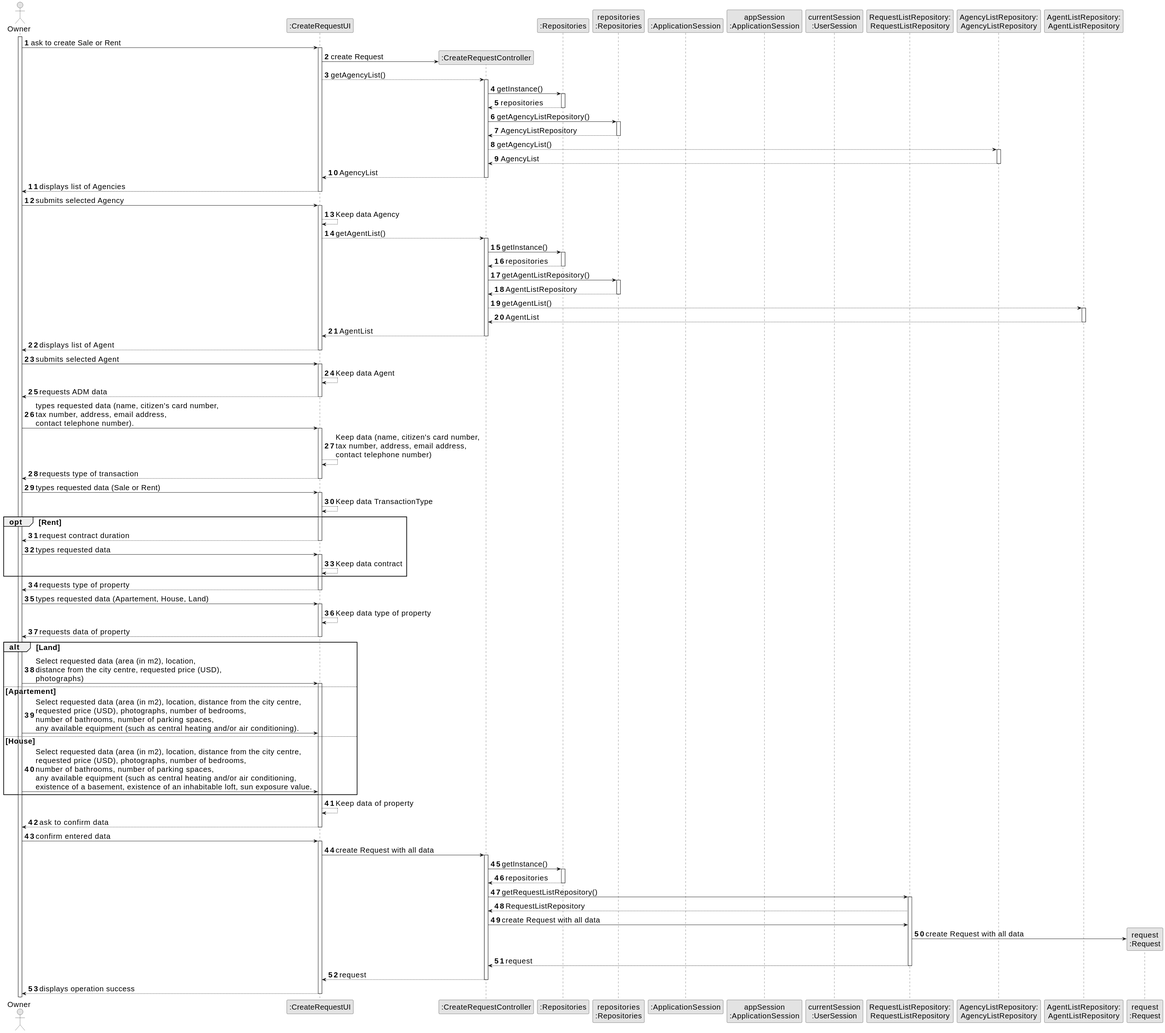
Above: docs/sprintB/us004/03.design/svg/us004-sequence-diagram-full.svg in Goncalves2525/real-estate-management-system (PlantUML), before the change.
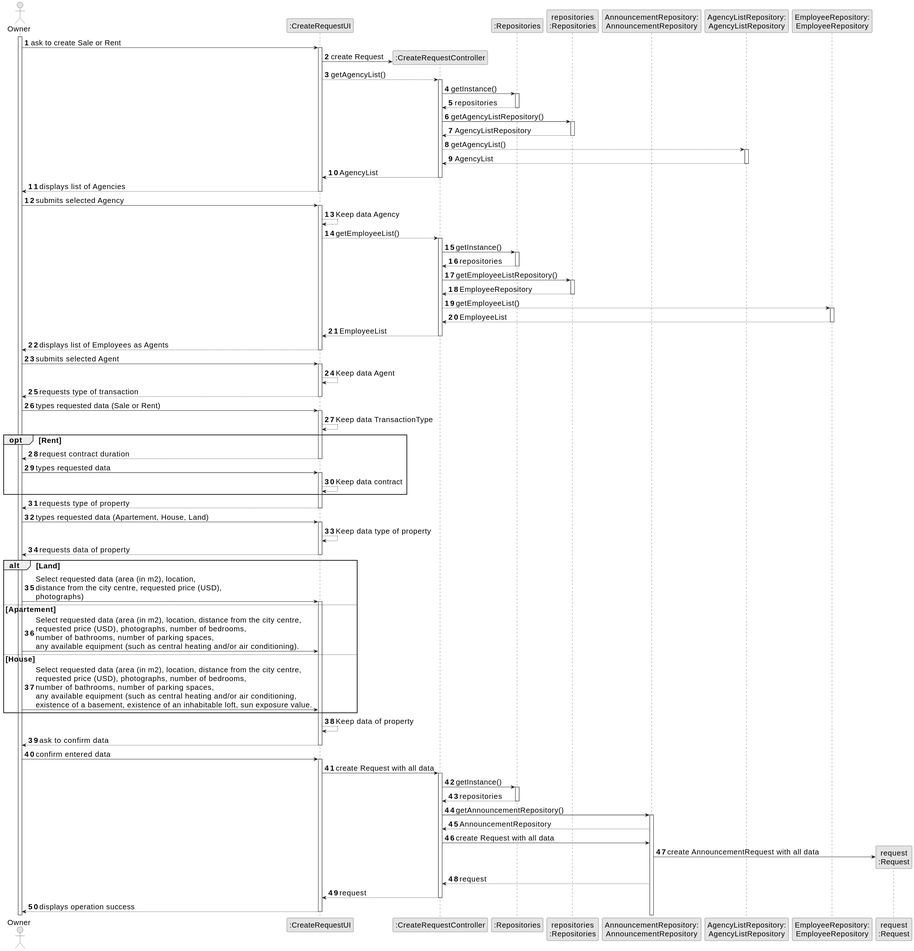
The same file after the commit.

Diff of the diagram source:
```diff
@@ -6,23 +6,20 @@
 
 autonumber
 
-actor "Owner" as ADM
+actor "Owner" as OWNER
 participant ":CreateRequestUI" as UI
 participant ":CreateRequestController" as CTRL
 participant ":Repositories" as RepositorySingleton
 participant "repositories\n:Repositories" as PLAT
-participant ":ApplicationSession" as _APP
-participant "appSession\n:ApplicationSession" as APP
-participant "currentSession\n:UserSession" as SESSAO
-participant "RequestListRepository:\nRequestListRepository" as RequestListRepository
+participant "AnnouncementRepository:\nAnnouncementRepository" as AnnouncementRepository
 participant "AgencyListRepository:\nAgencyListRepository" as AgencyListRepository
-participant "AgentListRepository:\nAgentListRepository" as AgentListRepository
+participant "EmployeeRepository:\nEmployeeRepository" as EmployeeRepository
 participant "request\n:Request" as REQUEST
 
 
-activate ADM
+activate OWNER
 
-        ADM -> UI : ask to create Sale or Rent
+        OWNER -> UI : ask to create Sale or Rent
 
         activate UI
 
@@ -54,15 +51,15 @@
                 CTRL--> UI : AgencyList
                 deactivate
 
-                UI --> ADM : displays list of Agencies
+                UI --> OWNER : displays list of Agencies
 
                 deactivate  UI
 
-                    ADM -> UI :submits selected Agency
+                    OWNER -> UI :submits selected Agency
 
                 activate UI
                 UI --> UI : Keep data Agency
-                UI --> CTRL : getAgentList()
+                UI --> CTRL : getEmployeeList()
                 activate CTRL
 
                  CTRL -> RepositorySingleton : getInstance()
@@ -73,81 +70,72 @@
 
                  deactivate RepositorySingleton
 
-                 CTRL -> PLAT : getAgentListRepository()
+                 CTRL -> PLAT : getEmployeeListRepository()
                  activate PLAT
 
-                 PLAT --> CTRL: AgentListRepository
+                 PLAT --> CTRL: EmployeeRepository
                  deactivate PLAT
 
 
 
-                CTRL --> AgentListRepository : getAgentList()
-                activate AgentListRepository
+                CTRL --> EmployeeRepository : getEmployeeList()
+                activate EmployeeRepository
 
-                AgentListRepository --> CTRL : AgentList
-                deactivate AgentListRepository
-                CTRL--> UI : AgentList
+                EmployeeRepository --> CTRL : EmployeeList
+                deactivate EmployeeRepository
+                CTRL--> UI : EmployeeList
                 deactivate CTRL
 
-                UI --> ADM :displays list of Agent
+                UI --> OWNER :displays list of Employees as Agents
                 deactivate UI
 
 
-                ADM -> UI : submits selected Agent
+                OWNER -> UI : submits selected Agent
                 activate UI
                 UI --> UI : Keep data Agent
 
 
-
-                UI --> ADM : requests ADM data
-                deactivate UI
-
-                    ADM -> UI : types requested data (name, citizen's card number, \ntax number, address, email address, \ncontact telephone number).
-
-                activate UI
-
-                    UI --> UI : Keep data (name, citizen's card number, \ntax number, address, email address, \ncontact telephone number)
-                    UI --> ADM : requests type of transaction
+                    UI --> OWNER : requests type of transaction
 
                     deactivate UI
-                    ADM -> UI : types requested data (Sale or Rent)
+                    OWNER -> UI : types requested data (Sale or Rent)
 
                 activate UI
                     UI --> UI : Keep data TransactionType
 
                 opt Rent
-                    UI --> ADM: request contract duration
+                    UI --> OWNER: request contract duration
                     deactivate UI
 
-                    ADM -> UI: types requested data
+                    OWNER -> UI: types requested data
                     activate UI
                     UI --> UI : Keep data contract
                 end
-                    UI --> ADM : requests type of property
+                    UI --> OWNER : requests type of property
                 deactivate UI
 
-                    ADM -> UI : types requested data (Apartement, House, Land)
+                    OWNER -> UI : types requested data (Apartement, House, Land)
                 activate UI
 
                        UI --> UI : Keep data type of property
-                        UI --> ADM : requests data of property
+                        UI --> OWNER : requests data of property
                 deactivate UI
 
                 alt  Land
 
-                    ADM -> UI: Select requested data (area (in m2), location, \ndistance from the city centre, requested price (USD), \nphotographs)
+                    OWNER -> UI: Select requested data (area (in m2), location, \ndistance from the city centre, requested price (USD), \nphotographs)
                 activate UI
                 else  Apartement
-                    ADM -> UI: Select requested data (area (in m2), location, distance from the city centre, \nrequested price (USD), photographs, number of bedrooms,\nnumber of bathrooms, number of parking spaces,\nany available equipment (such as central heating and/or air conditioning).
+                    OWNER -> UI: Select requested data (area (in m2), location, distance from the city centre, \nrequested price (USD), photographs, number of bedrooms,\nnumber of bathrooms, number of parking spaces,\nany available equipment (such as central heating and/or air conditioning).
                 else  House
-                    ADM -> UI: Select requested data (area (in m2), location, distance from the city centre, \nrequested price (USD), photographs, number of bedrooms,\nnumber of bathrooms, number of parking spaces,\nany available equipment (such as central heating and/or air conditioning, \nexistence of a basement, existence of an inhabitable loft, sun exposure value.
+                    OWNER -> UI: Select requested data (area (in m2), location, distance from the city centre, \nrequested price (USD), photographs, number of bedrooms,\nnumber of bathrooms, number of parking spaces,\nany available equipment (such as central heating and/or air conditioning, \nexistence of a basement, existence of an inhabitable loft, sun exposure value.
                 end
                 UI --> UI : Keep data of property
 
-                        UI --> ADM : ask to confirm data
+                        UI --> OWNER : ask to confirm data
                 deactivate UI
 
-                        ADM -> UI: confirm entered data
+                        OWNER -> UI: confirm entered data
                 activate UI
                 UI -> CTRL : create Request with all data
                 activate CTRL
@@ -159,21 +147,19 @@
 
                  deactivate RepositorySingleton
 
-                 CTRL -> RequestListRepository : getRequestListRepository()
-                 activate RequestListRepository
+                 CTRL -> AnnouncementRepository : getAnnouncementRepository()
+                 activate AnnouncementRepository
 
-                 RequestListRepository --> CTRL : RequestListRepository
-                 CTRL -> RequestListRepository : create Request with all data
+                 AnnouncementRepository --> CTRL : AnnouncementRepository
+                 CTRL -> AnnouncementRepository: create Request with all data
 
-                 RequestListRepository -> REQUEST**: create Request with all data
-                 RequestListRepository --> CTRL : request
-
-                 deactivate RequestListRepository
+                 AnnouncementRepository -> REQUEST**: create AnnouncementRequest with all data
+                 AnnouncementRepository --> CTRL : request
 
                  CTRL --> UI :request
                  deactivate CTRL
 
-                    UI --> ADM : displays operation success
+                    UI --> OWNER : displays operation success
                 deactivate UI
 
 
```
